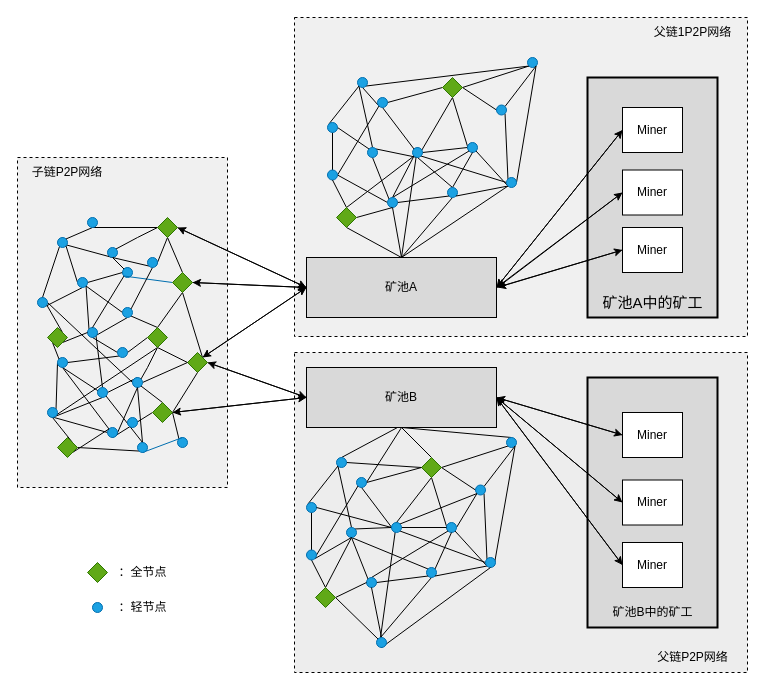
This is auxnet.drawio from weihanby/Hello_Fudan, a draw.io file, before an edit. Source tidied: cells renumbered, new cells numbered last; positions are measured from the earlier drawing's top-left corner, leaving out a move shared by most shapes. Both pictures are drawn from the tidied source at 100%, with x=0, y=0 at pixel (17, 17).
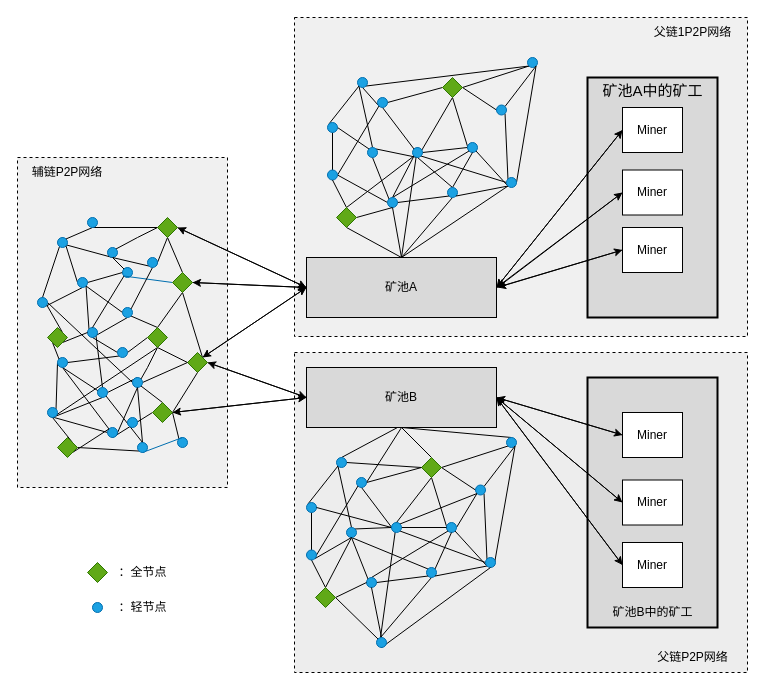
Above is the later version.

The edit, as a diff of the source:
```diff
@@
-    <mxCell id="5" value="子链P2P网络" style="text;strokeColor=none;align=center;fillColor=none;html=1;verticalAlign=middle;whiteSpace=wrap;rounded=0;" parent="1" vertex="1">
+    <mxCell id="5" value="辅链P2P网络" style="text;strokeColor=none;align=center;fillColor=none;html=1;verticalAlign=middle;whiteSpace=wrap;rounded=0;" parent="1" vertex="1">
       <mxGeometry y="140" width="100" height="30" as="geometry" />
     </mxCell>
@@
     <mxCell id="102" value="&lt;font style=&quot;font-size: 15px;&quot;&gt;矿池A中的矿工&lt;/font&gt;" style="text;html=1;align=center;verticalAlign=middle;strokeColor=none;fillColor=none;" parent="1" vertex="1">
-      <mxGeometry x="570" y="270" width="130" height="30" as="geometry" />
+      <mxGeometry x="570" y="57.5" width="130" height="30" as="geometry" />
     </mxCell>
```
